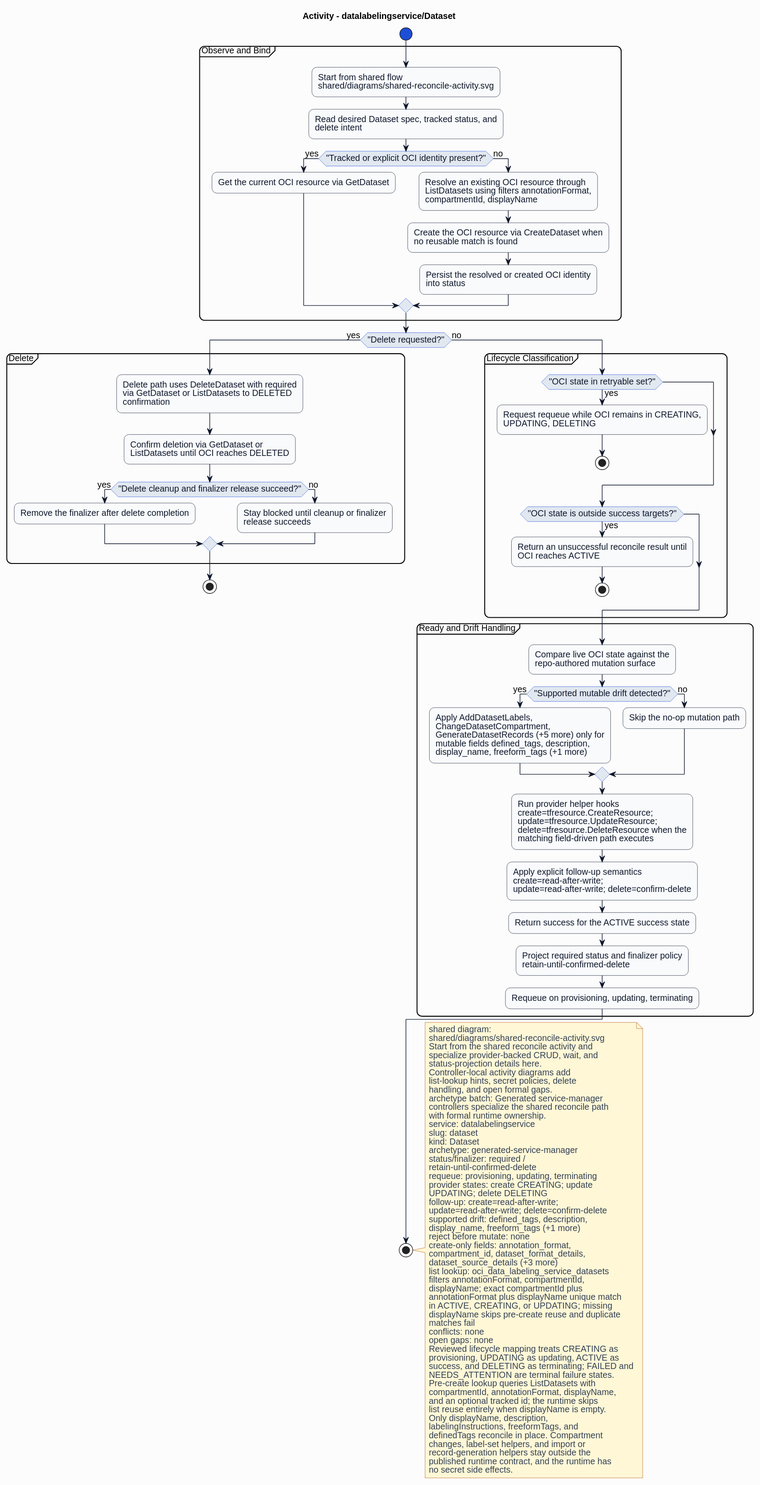
The PlantUML diagram formal/controllers/datalabelingservice/dataset/diagrams/activity.svg in HaoyL666/oci-service-operator, before a commit.
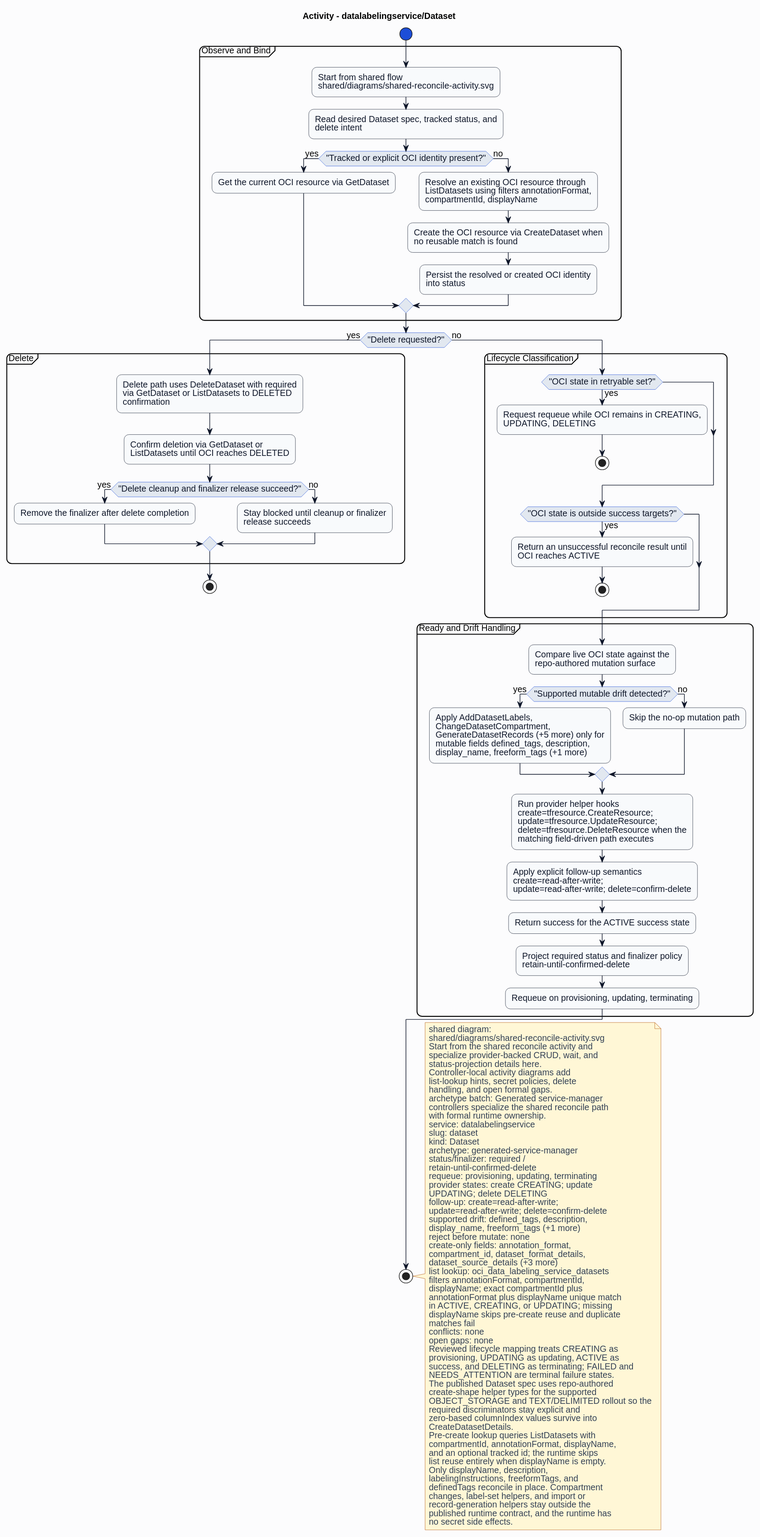
After the commit.

Change to the diagram source:
```diff
@@ -111,6 +111,12 @@
 provisioning, UPDATING as updating, ACTIVE as
 success, and DELETING as terminating; FAILED and
 NEEDS_ATTENTION are terminal failure states.
+The published Dataset spec uses repo-authored
+create-shape helper types for the supported
+OBJECT_STORAGE and TEXT/DELIMITED rollout so the
+required discriminators stay explicit and
+zero-based columnIndex values survive into
+CreateDatasetDetails.
 Pre-create lookup queries ListDatasets with
 compartmentId, annotationFormat, displayName,
 and an optional tracked id; the runtime skips
```
